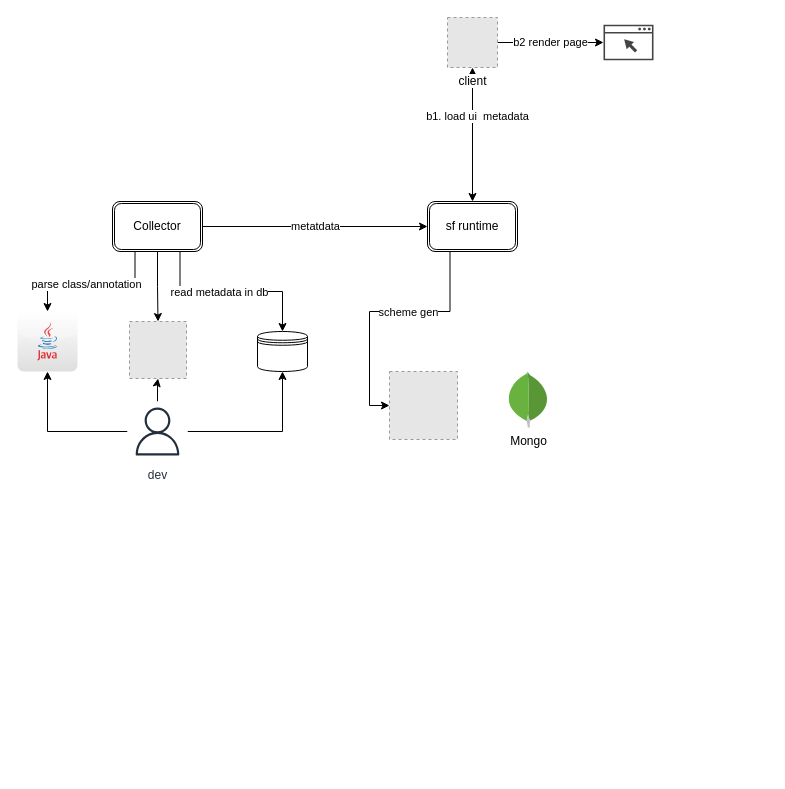
Earlier version of the draw.io diagram Untitled Diagram.drawio (songxiangming/RefactoringMs). Source tidied: cells renumbered, new cells numbered last; positions are measured from the earlier drawing's top-left corner, leaving out a move shared by most shapes. Both pictures are drawn from the tidied source at 100%, with x=0, y=0 at pixel (17, 17). Pictures stored in the file or linked from it are replaced by grey dashed boxes.
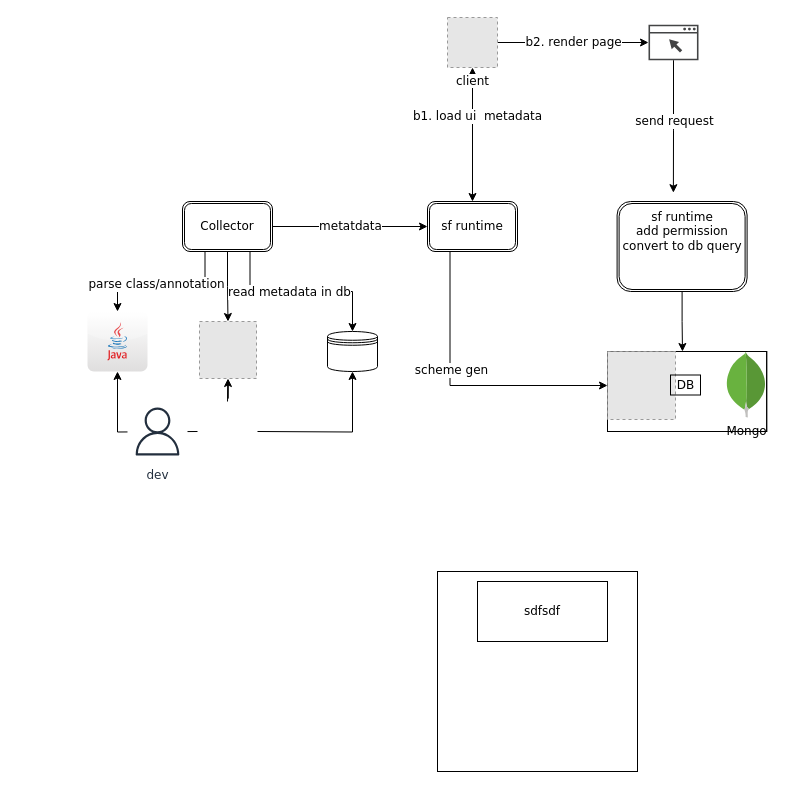
After the change.

Diff of the diagram source:
```diff
@@
-    <mxCell id="2" style="edgeStyle=orthogonalEdgeStyle;rounded=0;jettySize=auto;html=1;" parent="1" edge="1" source="5" target="6">
-      <mxGeometry relative="1" as="geometry" />
+    <mxCell id="2" style="edgeStyle=orthogonalEdgeStyle;rounded=0;jettySize=auto;html=1;fontFamily=Verdana;fontSize=12;" parent="1" edge="1" target="6">
+      <mxGeometry relative="1" as="geometry">
+        <mxPoint x="180" y="414" as="sourcePoint" />
+      </mxGeometry>
     </mxCell>
-    <mxCell id="3" style="edgeStyle=orthogonalEdgeStyle;rounded=0;jettySize=auto;html=1;" parent="1" edge="1" source="5" target="7">
-      <mxGeometry relative="1" as="geometry" />
+    <mxCell id="3" style="edgeStyle=orthogonalEdgeStyle;rounded=0;jettySize=auto;html=1;fontFamily=Verdana;fontSize=12;" parent="1" edge="1" target="7">
+      <mxGeometry relative="1" as="geometry">
+        <mxPoint x="210" y="384" as="sourcePoint" />
+      </mxGeometry>
     </mxCell>
-    <mxCell id="4" style="edgeStyle=orthogonalEdgeStyle;rounded=0;jettySize=auto;html=1;entryX=0.5;entryY=1;entryDx=0;entryDy=0;" parent="1" edge="1" source="5" target="8">
-      <mxGeometry relative="1" as="geometry" />
+    <mxCell id="4" style="edgeStyle=orthogonalEdgeStyle;rounded=0;jettySize=auto;html=1;entryX=0.5;entryY=1;entryDx=0;entryDy=0;fontFamily=Verdana;fontSize=12;" parent="1" edge="1" target="8">
+      <mxGeometry relative="1" as="geometry">
+        <mxPoint x="240" y="414" as="sourcePoint" />
+      </mxGeometry>
     </mxCell>
-    <mxCell id="5" value="dev" style="outlineConnect=0;fontColor=#232F3E;gradientColor=none;strokeColor=#232F3E;fillColor=#ffffff;dashed=0;verticalLabelPosition=bottom;verticalAlign=top;align=center;html=1;fontSize=12;fontStyle=0;shape=mxgraph.aws4.resourceIcon;resIcon=mxgraph.aws4.user;" parent="1" vertex="1">
+    <mxCell id="5" value="dev" style="outlineConnect=0;fontColor=#232F3E;gradientColor=none;strokeColor=#232F3E;fillColor=#ffffff;dashed=0;verticalLabelPosition=bottom;verticalAlign=top;align=center;html=1;fontSize=12;fontStyle=0;shape=mxgraph.aws4.resourceIcon;resIcon=mxgraph.aws4.user;fontFamily=Verdana;" parent="1" vertex="1">
       <mxGeometry x="110" y="384" width="60" height="60" as="geometry" />
     </mxCell>
-    <mxCell id="6" style="dashed=0;outlineConnect=0;html=1;align=center;labelPosition=center;verticalLabelPosition=bottom;verticalAlign=top;shape=mxgraph.webicons.java;gradientColor=#DFDEDE;" parent="1" vertex="1">
-      <mxGeometry y="294" width="60" height="60" as="geometry" />
+    <mxCell id="6" style="dashed=0;outlineConnect=0;html=1;align=center;labelPosition=center;verticalLabelPosition=bottom;verticalAlign=top;shape=mxgraph.webicons.java;gradientColor=#DFDEDE;fontFamily=Verdana;fontSize=12;" parent="1" vertex="1">
+      <mxGeometry x="70" y="294" width="60" height="60" as="geometry" />
     </mxCell>
-    <mxCell id="7" style="fillColor=#E6E6E6;strokeColor=#999999;dashed=1;html=1;verticalAlign=top;verticalLabelPosition=bottom;labelBackgroundColor=#ffffff;" parent="1" vertex="1">
-      <mxGeometry x="112" y="304" width="57" height="57" as="geometry" />
+    <mxCell id="7" style="fillColor=#E6E6E6;strokeColor=#999999;dashed=1;html=1;verticalAlign=top;verticalLabelPosition=bottom;labelBackgroundColor=#ffffff;fontFamily=Verdana;fontSize=12;" parent="1" vertex="1">
+      <mxGeometry x="182" y="304" width="57" height="57" as="geometry" />
     </mxCell>
-    <mxCell id="8" style="shape=datastore;whiteSpace=wrap;html=1;" parent="1" vertex="1">
-      <mxGeometry x="240" y="314" width="50" height="40" as="geometry" />
+    <mxCell id="8" style="shape=datastore;whiteSpace=wrap;html=1;fontFamily=Verdana;fontSize=12;" parent="1" vertex="1">
+      <mxGeometry x="310" y="314" width="50" height="40" as="geometry" />
     </mxCell>
-    <mxCell id="9" style="edgeStyle=orthogonalEdgeStyle;rounded=0;jettySize=auto;html=1;exitX=0.25;exitY=1;exitDx=0;exitDy=0;" parent="1" edge="1" source="15" target="6">
+    <mxCell id="9" style="edgeStyle=orthogonalEdgeStyle;rounded=0;jettySize=auto;html=1;exitX=0.25;exitY=1;exitDx=0;exitDy=0;fontFamily=Verdana;fontSize=12;" parent="1" edge="1" source="15" target="6">
       <mxGeometry relative="1" as="geometry" />
     </mxCell>
-    <mxCell id="10" value="parse class/annotation" style="edgeLabel;html=1;align=center;verticalAlign=middle;" parent="9" vertex="1">
+    <mxCell id="10" value="parse class/annotation" style="edgeLabel;html=1;align=center;verticalAlign=middle;fontFamily=Verdana;fontSize=12;" parent="9" vertex="1">
       <mxGeometry x="0.07" y="2" relative="1" as="geometry" />
     </mxCell>
-    <mxCell id="11" style="edgeStyle=orthogonalEdgeStyle;rounded=0;jettySize=auto;html=1;entryX=0.5;entryY=0;entryDx=0;entryDy=0;" parent="1" edge="1" source="15" target="7">
+    <mxCell id="11" style="edgeStyle=orthogonalEdgeStyle;rounded=0;jettySize=auto;html=1;entryX=0.5;entryY=0;entryDx=0;entryDy=0;fontFamily=Verdana;fontSize=12;" parent="1" edge="1" source="15" target="7">
       <mxGeometry relative="1" as="geometry" />
     </mxCell>
-    <mxCell id="12" style="edgeStyle=orthogonalEdgeStyle;rounded=0;jettySize=auto;html=1;exitX=0.75;exitY=1;exitDx=0;exitDy=0;entryX=0.5;entryY=0;entryDx=0;entryDy=0;" parent="1" edge="1" source="15" target="8">
+    <mxCell id="12" style="edgeStyle=orthogonalEdgeStyle;rounded=0;jettySize=auto;html=1;exitX=0.75;exitY=1;exitDx=0;exitDy=0;entryX=0.5;entryY=0;entryDx=0;entryDy=0;fontFamily=Verdana;fontSize=12;" parent="1" edge="1" source="15" target="8">
       <mxGeometry relative="1" as="geometry" />
     </mxCell>
-    <mxCell id="13" value="read metadata in db" style="edgeLabel;html=1;align=center;verticalAlign=middle;" parent="12" vertex="1">
+    <mxCell id="13" value="read metadata in db" style="edgeLabel;html=1;align=center;verticalAlign=middle;fontFamily=Verdana;fontSize=12;" parent="12" vertex="1">
       <mxGeometry x="-0.13" relative="1" as="geometry" />
     </mxCell>
-    <mxCell id="14" value="metatdata" style="edgeStyle=orthogonalEdgeStyle;rounded=0;jettySize=auto;html=1;entryX=0;entryY=0.5;entryDx=0;entryDy=0;" parent="1" edge="1" source="15" target="18">
+    <mxCell id="14" value="metatdata" style="edgeStyle=orthogonalEdgeStyle;rounded=0;jettySize=auto;html=1;entryX=0;entryY=0.5;entryDx=0;entryDy=0;fontFamily=Verdana;fontSize=12;" parent="1" edge="1" source="15" target="18">
       <mxGeometry relative="1" as="geometry" />
     </mxCell>
-    <mxCell id="15" value="Collector" style="shape=ext;double=1;rounded=1;whiteSpace=wrap;html=1;" parent="1" vertex="1">
-      <mxGeometry x="95" y="184" width="90" height="50" as="geometry" />
+    <mxCell id="15" value="Collector" style="shape=ext;double=1;rounded=1;whiteSpace=wrap;html=1;fontFamily=Verdana;fontSize=12;" parent="1" vertex="1">
+      <mxGeometry x="165" y="184" width="90" height="50" as="geometry" />
     </mxCell>
-    <mxCell id="16" style="edgeStyle=orthogonalEdgeStyle;rounded=0;jettySize=auto;html=1;exitX=0.25;exitY=1;exitDx=0;exitDy=0;entryX=0;entryY=0.5;entryDx=0;entryDy=0;" parent="1" edge="1" source="18" target="19">
+    <mxCell id="16" style="edgeStyle=orthogonalEdgeStyle;rounded=0;jettySize=auto;html=1;exitX=0.25;exitY=1;exitDx=0;exitDy=0;entryX=0;entryY=0.5;entryDx=0;entryDy=0;fontFamily=Verdana;fontSize=12;" parent="1" edge="1" source="18" target="19">
       <mxGeometry relative="1" as="geometry" />
     </mxCell>
-    <mxCell id="17" value="scheme gen" style="edgeLabel;html=1;align=center;verticalAlign=middle;" parent="16" vertex="1">
+    <mxCell id="17" value="scheme gen" style="edgeLabel;html=1;align=center;verticalAlign=middle;fontFamily=Verdana;fontSize=12;" parent="16" vertex="1">
       <mxGeometry x="-0.19" relative="1" as="geometry">
         <mxPoint x="1" as="offset" />
       </mxGeometry>
     </mxCell>
-    <mxCell id="18" value="sf runtime" style="shape=ext;double=1;rounded=1;whiteSpace=wrap;html=1;" parent="1" vertex="1">
+    <mxCell id="18" value="sf runtime" style="shape=ext;double=1;rounded=1;whiteSpace=wrap;html=1;fontFamily=Verdana;fontSize=12;" parent="1" vertex="1">
       <mxGeometry x="410" y="184" width="90" height="50" as="geometry" />
     </mxCell>
-    <mxCell id="19" style="fillColor=#E6E6E6;strokeColor=#999999;dashed=1;html=1;verticalAlign=top;verticalLabelPosition=bottom;labelBackgroundColor=#ffffff;" parent="1" vertex="1">
-      <mxGeometry x="372" y="354" width="68" height="68" as="geometry" />
-    </mxCell>
-    <mxCell id="20" value="Mongo" style="dashed=0;html=1;align=center;labelPosition=center;verticalLabelPosition=bottom;verticalAlign=top;shape=mxgraph.weblogos.mongodb;" parent="1" vertex="1">
-      <mxGeometry x="490" y="354" width="41.2" height="56.2" as="geometry" />
-    </mxCell>
-    <mxCell id="21" style="edgeStyle=orthogonalEdgeStyle;rounded=0;jettySize=auto;html=1;entryX=0.5;entryY=0;entryDx=0;entryDy=0;startArrow=classic;startFill=1;" parent="1" edge="1" source="24" target="18">
+    <mxCell id="21" style="edgeStyle=orthogonalEdgeStyle;rounded=0;jettySize=auto;html=1;entryX=0.5;entryY=0;entryDx=0;entryDy=0;startArrow=classic;startFill=1;fontFamily=Verdana;fontSize=12;" parent="1" edge="1" source="24" target="18">
       <mxGeometry relative="1" as="geometry" />
     </mxCell>
-    <mxCell id="22" value="b1. load ui&amp;nbsp; metadata" style="edgeLabel;html=1;align=center;verticalAlign=middle;" parent="21" vertex="1">
+    <mxCell id="22" value="b1. load ui&amp;nbsp; metadata" style="edgeLabel;html=1;align=center;verticalAlign=middle;fontFamily=Verdana;fontSize=12;" parent="21" vertex="1">
       <mxGeometry x="-0.29" y="4" relative="1" as="geometry" />
     </mxCell>
-    <mxCell id="23" value="b2 render page" style="edgeStyle=orthogonalEdgeStyle;rounded=0;jettySize=auto;html=1;startArrow=none;startFill=0;" parent="1" edge="1" source="24" target="25">
+    <mxCell id="23" value="b2.&amp;nbsp;render page" style="edgeStyle=orthogonalEdgeStyle;rounded=0;jettySize=auto;html=1;startArrow=none;startFill=0;fontFamily=Verdana;fontSize=12;" parent="1" edge="1" source="24" target="25">
       <mxGeometry relative="1" as="geometry" />
     </mxCell>
-    <mxCell id="24" value="client" style="fillColor=#E6E6E6;strokeColor=#999999;dashed=1;html=1;verticalAlign=top;verticalLabelPosition=bottom;labelBackgroundColor=#ffffff;" parent="1" vertex="1">
+    <mxCell id="24" value="client" style="fillColor=#E6E6E6;strokeColor=#999999;dashed=1;html=1;verticalAlign=top;verticalLabelPosition=bottom;labelBackgroundColor=#ffffff;fontFamily=Verdana;fontSize=12;" parent="1" vertex="1">
       <mxGeometry x="430" width="50" height="50" as="geometry" />
     </mxCell>
+    <mxCell id="26" style="edgeStyle=orthogonalEdgeStyle;rounded=0;jettySize=auto;html=1;entryX=0.433;entryY=-0.098;entryDx=0;entryDy=0;entryPerimeter=0;startArrow=none;startFill=0;fontFamily=Verdana;fontSize=12;" parent="1" edge="1" source="25" target="29">
+      <mxGeometry relative="1" as="geometry" />
+    </mxCell>
+    <mxCell id="27" value="send request" style="edgeLabel;html=1;align=center;verticalAlign=middle;fontFamily=Verdana;fontSize=12;" parent="26" vertex="1">
+      <mxGeometry x="-0.08" relative="1" as="geometry" />
+    </mxCell>
-    <mxCell id="25" style="shadow=0;dashed=0;html=1;strokeColor=none;fillColor=#434445;labelPosition=center;verticalLabelPosition=bottom;verticalAlign=top;align=center;outlineConnect=0;shape=mxgraph.vvd.web_browser;" parent="1" vertex="1">
-      <mxGeometry x="586" y="7.2" width="50" height="35.5" as="geometry" />
+    <mxCell id="25" style="shadow=0;dashed=0;html=1;strokeColor=none;fillColor=#434445;labelPosition=center;verticalLabelPosition=bottom;verticalAlign=top;align=center;outlineConnect=0;shape=mxgraph.vvd.web_browser;fontFamily=Verdana;fontSize=12;" parent="1" vertex="1">
+      <mxGeometry x="631" y="7.2" width="50" height="35.5" as="geometry" />
     </mxCell>
+    <mxCell id="28" style="edgeStyle=orthogonalEdgeStyle;rounded=0;jettySize=auto;html=1;startArrow=none;startFill=0;fontFamily=Verdana;fontSize=12;" parent="1" edge="1" source="29">
+      <mxGeometry relative="1" as="geometry">
+        <mxPoint x="665" y="334" as="targetPoint" />
+      </mxGeometry>
+    </mxCell>
+    <mxCell id="29" value="sf runtime&lt;br&gt;add permission&lt;br&gt;convert to db query" style="shape=ext;double=1;rounded=1;whiteSpace=wrap;html=1;fontFamily=Verdana;fontSize=12;align=center;verticalAlign=top;" parent="1" vertex="1">
+      <mxGeometry x="599.6" y="184" width="130" height="90" as="geometry" />
+    </mxCell>
+    <mxCell id="30" style="group;strokeColor=#000000;" parent="1" vertex="1">
+      <mxGeometry x="590" y="334" width="159.2" height="80" as="geometry" />
+    </mxCell>
+    <mxCell id="31" style="group;strokeColor=#000000;" parent="30" vertex="1">
+      <mxGeometry width="159.2" height="80" as="geometry" />
+    </mxCell>
+    <mxCell id="19" style="fillColor=#E6E6E6;strokeColor=#999999;dashed=1;html=1;verticalAlign=top;verticalLabelPosition=bottom;labelBackgroundColor=#ffffff;fontFamily=Verdana;fontSize=12;" parent="31" vertex="1">
+      <mxGeometry width="68" height="68" as="geometry" />
+    </mxCell>
+    <mxCell id="20" value="Mongo" style="dashed=0;html=1;align=center;labelPosition=center;verticalLabelPosition=bottom;verticalAlign=top;shape=mxgraph.weblogos.mongodb;fontFamily=Verdana;fontSize=12;" parent="31" vertex="1">
+      <mxGeometry x="118" width="41.2" height="66.1" as="geometry" />
+    </mxCell>
+    <mxCell id="32" value="DB" style="text;html=1;align=center;verticalAlign=middle;fontSize=12;fontFamily=Verdana;strokeColor=#000000;" parent="30" vertex="1">
+      <mxGeometry x="63" y="23.5" width="30" height="20" as="geometry" />
+    </mxCell>
+    <mxCell id="33" style="whiteSpace=wrap;html=1;strokeColor=#000000;fontFamily=Verdana;fontSize=12;fillColor=none;" parent="1" vertex="1">
+      <mxGeometry x="420" y="554" width="200" height="200" as="geometry" />
+    </mxCell>
+    <mxCell id="34" value="sdfsdf" style="rounded=0;whiteSpace=wrap;html=1;strokeColor=#000000;fillColor=none;fontFamily=Verdana;fontSize=12;" parent="1" vertex="1">
+      <mxGeometry x="460" y="564" width="130" height="60" as="geometry" />
+    </mxCell>
```
